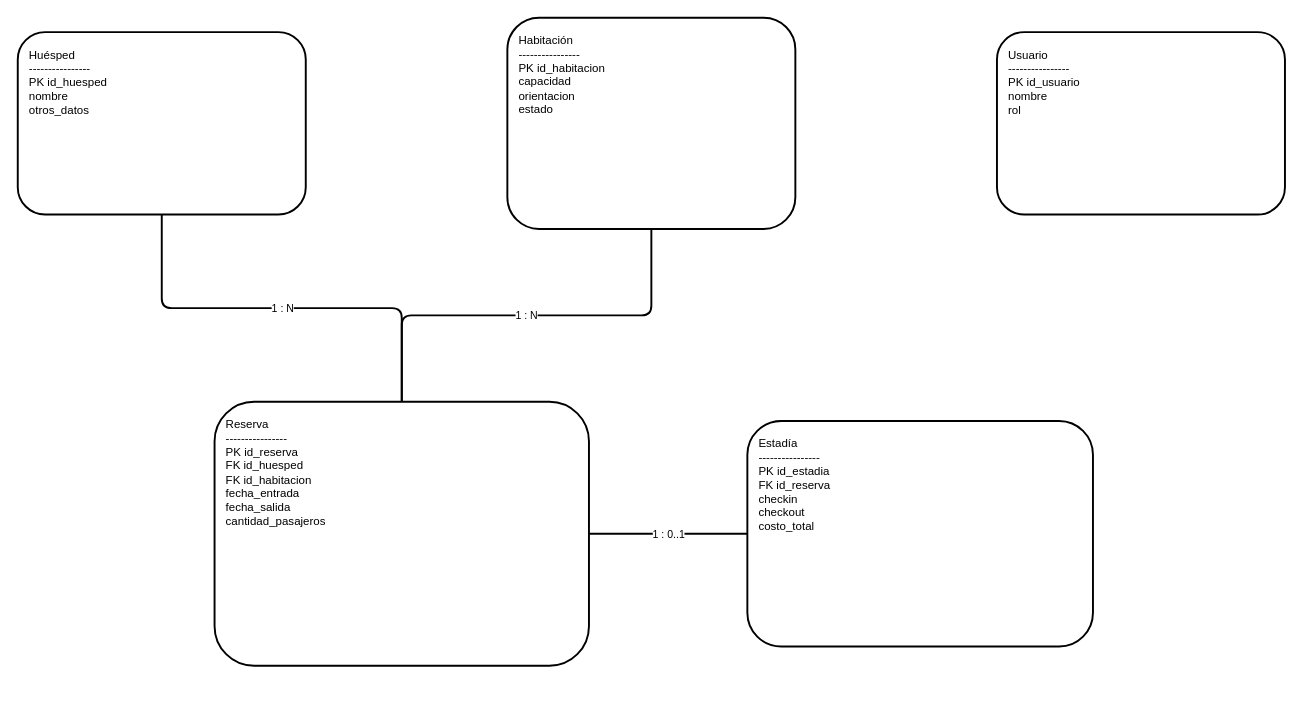
Earlier version of the draw.io diagram diagramas-editables/03-modelo-base-datos.drawio (Yutre3/diego). Source tidied: cells renumbered, new cells numbered last; positions are measured from the earlier drawing's top-left corner, leaving out a move shared by most shapes. Both pictures are drawn from the tidied source at 96%, with x=0, y=0 at pixel (17, 17).
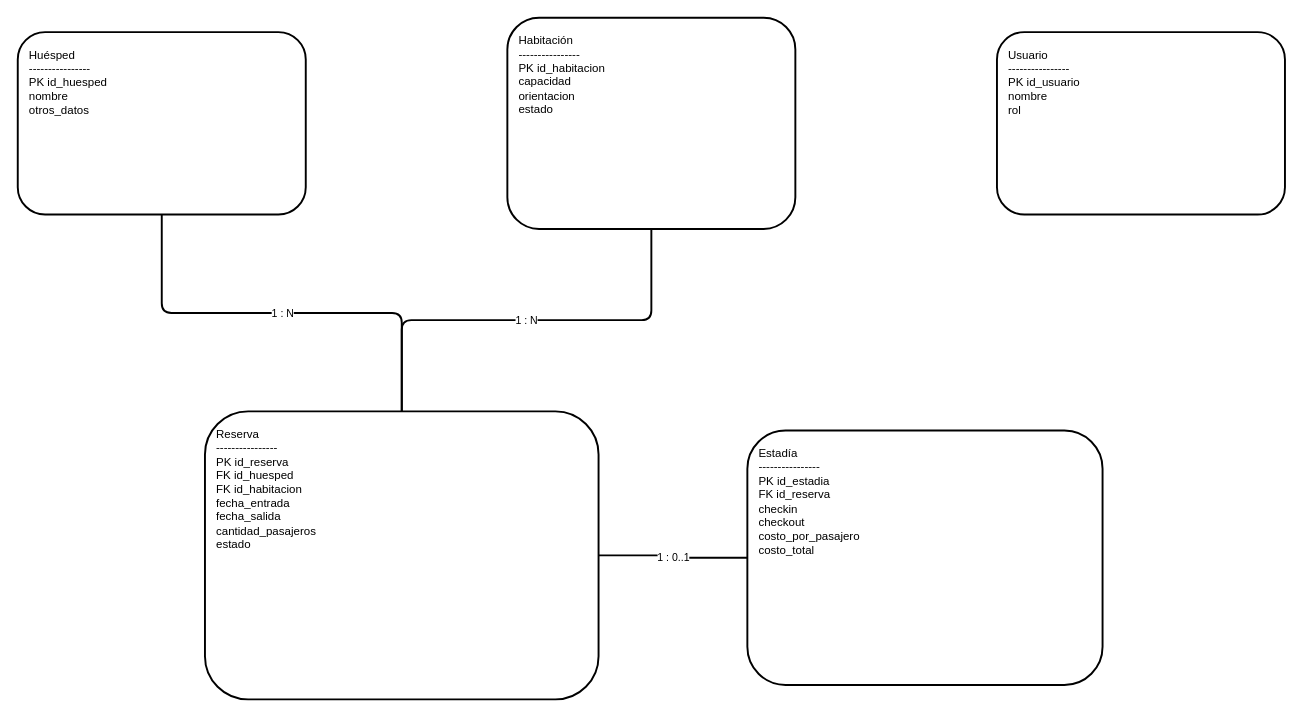
After the change.

Commit message:
Alinear editable del modelo de datos con versión final

What changed in the source:
```diff
@@
 <mxGraphModel>
   <root>
     <mxCell id="0" />
     <mxCell id="1" parent="0" />
     <mxCell id="2" value="Huésped&#10;----------------&#10;PK id_huesped&#10;nombre&#10;otros_datos" style="rounded=1;whiteSpace=wrap;html=1;strokeWidth=2;align=left;verticalAlign=top;spacing=12;" parent="1" vertex="1">
       <mxGeometry y="15" width="300" height="190" as="geometry" />
     </mxCell>
     <mxCell id="3" value="Habitación&#10;----------------&#10;PK id_habitacion&#10;capacidad&#10;orientacion&#10;estado" style="rounded=1;whiteSpace=wrap;html=1;strokeWidth=2;align=left;verticalAlign=top;spacing=12;" parent="1" vertex="1">
       <mxGeometry x="510" width="300" height="220" as="geometry" />
     </mxCell>
     <mxCell id="4" value="Usuario&#10;----------------&#10;PK id_usuario&#10;nombre&#10;rol" style="rounded=1;whiteSpace=wrap;html=1;strokeWidth=2;align=left;verticalAlign=top;spacing=12;" parent="1" vertex="1">
       <mxGeometry x="1020" y="15" width="300" height="190" as="geometry" />
     </mxCell>
-    <mxCell id="5" value="Reserva&#10;----------------&#10;PK id_reserva&#10;FK id_huesped&#10;FK id_habitacion&#10;fecha_entrada&#10;fecha_salida&#10;cantidad_pasajeros" style="rounded=1;whiteSpace=wrap;html=1;strokeWidth=2;align=left;verticalAlign=top;spacing=12;" parent="1" vertex="1">
-      <mxGeometry x="205" y="400" width="390" height="275" as="geometry" />
+    <mxCell id="5" value="Reserva&#10;----------------&#10;PK id_reserva&#10;FK id_huesped&#10;FK id_habitacion&#10;fecha_entrada&#10;fecha_salida&#10;cantidad_pasajeros&#10;estado" style="rounded=1;whiteSpace=wrap;html=1;strokeWidth=2;align=left;verticalAlign=top;spacing=12;" parent="1" vertex="1">
+      <mxGeometry x="195" y="410" width="410" height="300" as="geometry" />
     </mxCell>
-    <mxCell id="6" value="Estadía&#10;----------------&#10;PK id_estadia&#10;FK id_reserva&#10;checkin&#10;checkout&#10;costo_total" style="rounded=1;whiteSpace=wrap;html=1;strokeWidth=2;align=left;verticalAlign=top;spacing=12;" parent="1" vertex="1">
-      <mxGeometry x="760" y="420" width="360" height="235" as="geometry" />
+    <mxCell id="6" value="Estadía&#10;----------------&#10;PK id_estadia&#10;FK id_reserva&#10;checkin&#10;checkout&#10;costo_por_pasajero&#10;costo_total" style="rounded=1;whiteSpace=wrap;html=1;strokeWidth=2;align=left;verticalAlign=top;spacing=12;" parent="1" vertex="1">
+      <mxGeometry x="760" y="430" width="370" height="265" as="geometry" />
     </mxCell>
     <mxCell id="7" value="1 : N" style="edgeStyle=orthogonalEdgeStyle;endArrow=none;html=1;strokeWidth=2;" parent="1" edge="1" source="2" target="5">
       <mxGeometry relative="1" as="geometry" />
     </mxCell>
     <mxCell id="8" value="1 : N" style="edgeStyle=orthogonalEdgeStyle;endArrow=none;html=1;strokeWidth=2;" parent="1" edge="1" source="3" target="5">
       <mxGeometry relative="1" as="geometry" />
     </mxCell>
     <mxCell id="9" value="1 : 0..1" style="edgeStyle=orthogonalEdgeStyle;endArrow=none;html=1;strokeWidth=2;" parent="1" edge="1" source="5" target="6">
       <mxGeometry relative="1" as="geometry" />
     </mxCell>
   </root>
 </mxGraphModel>
```
